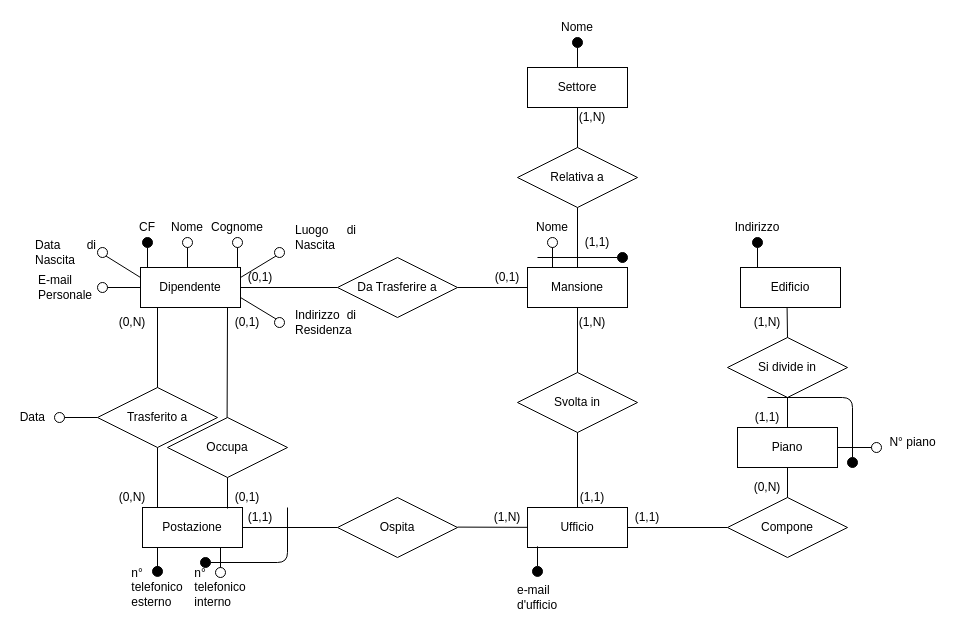
The draw.io diagram diagram_ER/diagram_ER.drawio in Torkin1/Directory_aziendale, before the edit. Source tidied: cells renumbered, new cells numbered last; positions are measured from the earlier drawing's top-left corner, leaving out a move shared by most shapes. Both pictures are drawn from the tidied source at 100%, with x=0, y=0 at pixel (17, 17).
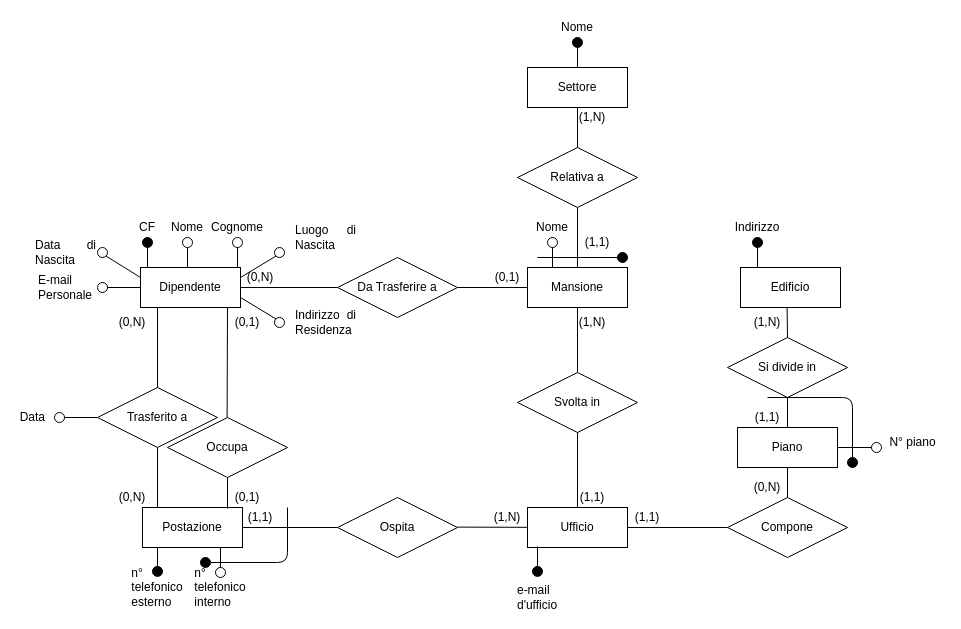
The same diagram, later.

Diff of the diagram source:
```diff
@@
-    <mxCell id="84" value="(0,1)" style="text;html=1;strokeColor=none;fillColor=none;align=center;verticalAlign=middle;whiteSpace=wrap;rounded=0;" parent="1" vertex="1">
+    <mxCell id="84" value="(0,N)" style="text;html=1;strokeColor=none;fillColor=none;align=center;verticalAlign=middle;whiteSpace=wrap;rounded=0;" parent="1" vertex="1">
       <mxGeometry x="223" y="250" width="40" height="20" as="geometry" />
     </mxCell>
```
